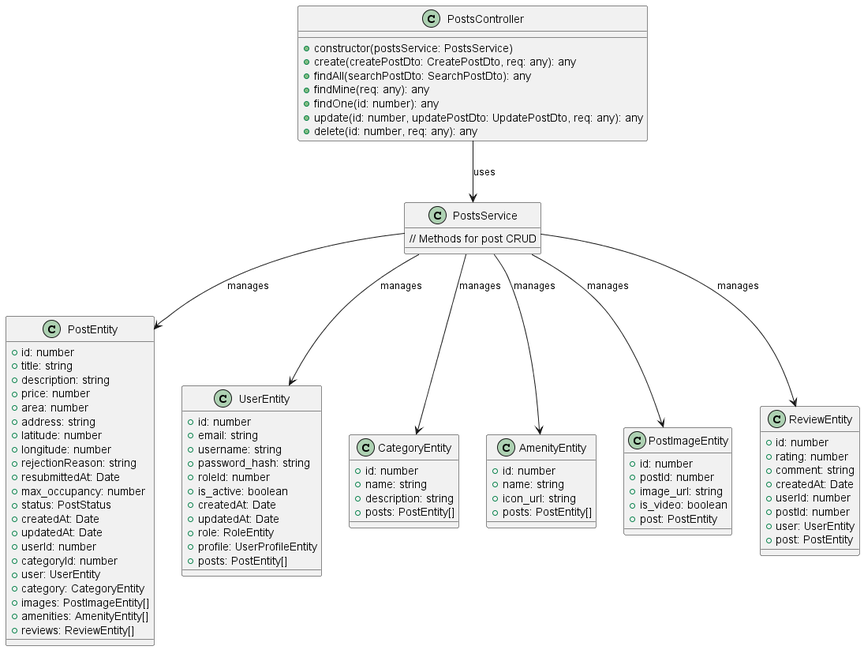
The PlantUML diagram out/posts-controller-diagram/Posts Controller Diagram.png in YueTruong/VLURentingProject, before a commit.
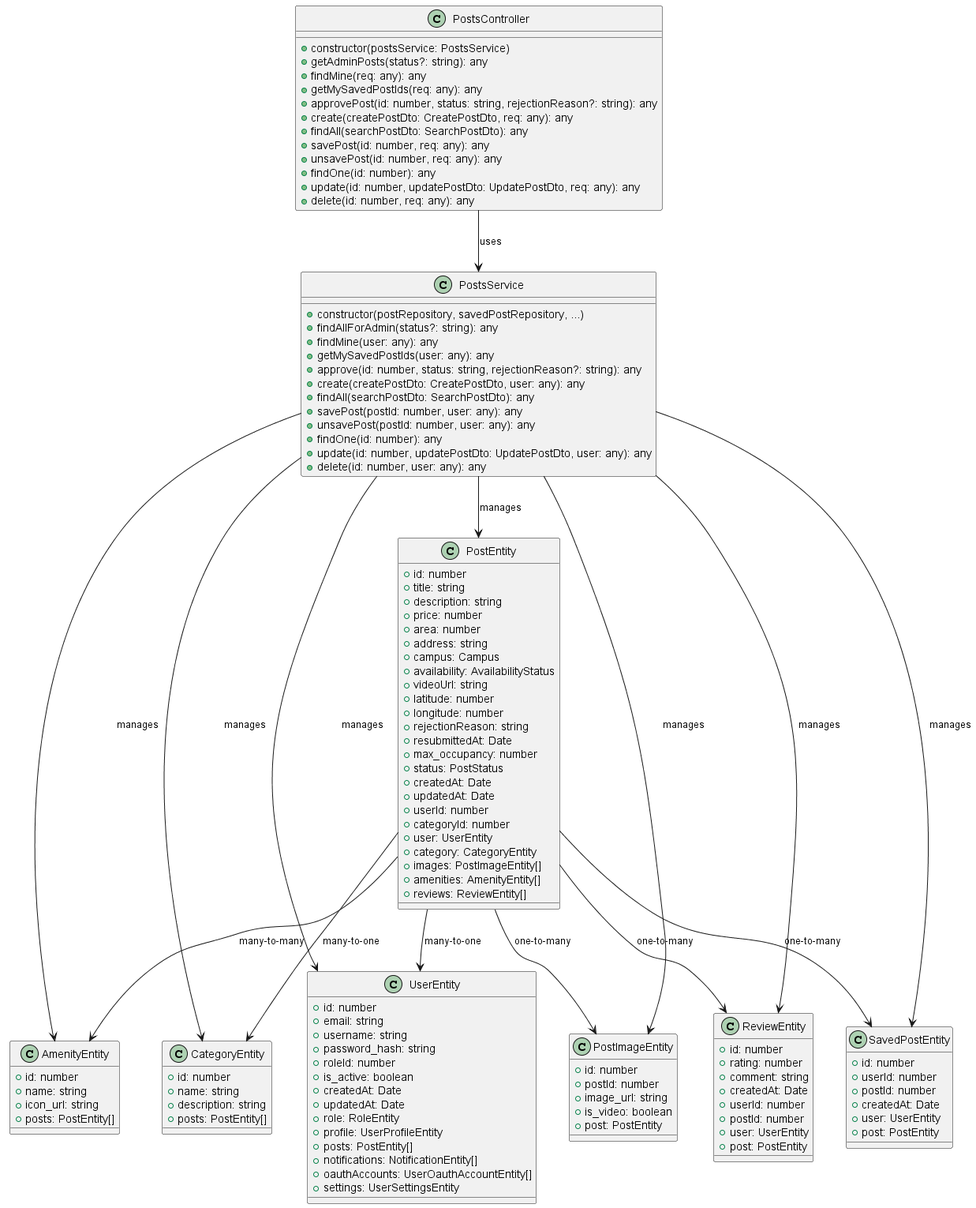
The same diagram one commit later.

What changed in the source:
```diff
@@ -2,16 +2,32 @@
 
 class PostsController {
   +constructor(postsService: PostsService)
+  +getAdminPosts(status?: string): any
+  +findMine(req: any): any
+  +getMySavedPostIds(req: any): any
+  +approvePost(id: number, status: string, rejectionReason?: string): any
   +create(createPostDto: CreatePostDto, req: any): any
   +findAll(searchPostDto: SearchPostDto): any
-  +findMine(req: any): any
+  +savePost(id: number, req: any): any
+  +unsavePost(id: number, req: any): any
   +findOne(id: number): any
   +update(id: number, updatePostDto: UpdatePostDto, req: any): any
   +delete(id: number, req: any): any
 }
 
 class PostsService {
-  // Methods for post CRUD
+  +constructor(postRepository, savedPostRepository, ...)
+  +findAllForAdmin(status?: string): any
+  +findMine(user: any): any
+  +getMySavedPostIds(user: any): any
+  +approve(id: number, status: string, rejectionReason?: string): any
+  +create(createPostDto: CreatePostDto, user: any): any
+  +findAll(searchPostDto: SearchPostDto): any
+  +savePost(postId: number, user: any): any
+  +unsavePost(postId: number, user: any): any
+  +findOne(id: number): any
+  +update(id: number, updatePostDto: UpdatePostDto, user: any): any
+  +delete(id: number, user: any): any
 }
 
 class PostEntity {
@@ -21,6 +37,9 @@
   +price: number
   +area: number
   +address: string
+  +campus: Campus
+  +availability: AvailabilityStatus
+  +videoUrl: string
   +latitude: number
   +longitude: number
   +rejectionReason: string
@@ -50,6 +69,9 @@
   +role: RoleEntity
   +profile: UserProfileEntity
   +posts: PostEntity[]
+  +notifications: NotificationEntity[]
+  +oauthAccounts: UserOauthAccountEntity[]
+  +settings: UserSettingsEntity
 }
 
 class CategoryEntity {
@@ -85,12 +107,28 @@
   +post: PostEntity
 }
 
+class SavedPostEntity {
+  +id: number
+  +userId: number
+  +postId: number
+  +createdAt: Date
+  +user: UserEntity
+  +post: PostEntity
+}
+
 PostsController --> PostsService : uses
 PostsService --> PostEntity : manages
+PostsService --> SavedPostEntity : manages
 PostsService --> UserEntity : manages
 PostsService --> CategoryEntity : manages
 PostsService --> AmenityEntity : manages
 PostsService --> PostImageEntity : manages
 PostsService --> ReviewEntity : manages
+PostEntity --> CategoryEntity : many-to-one
+PostEntity --> UserEntity : many-to-one
+PostEntity --> PostImageEntity : one-to-many
+PostEntity --> AmenityEntity : many-to-many
+PostEntity --> ReviewEntity : one-to-many
+PostEntity --> SavedPostEntity : one-to-many
 
 @enduml
```
